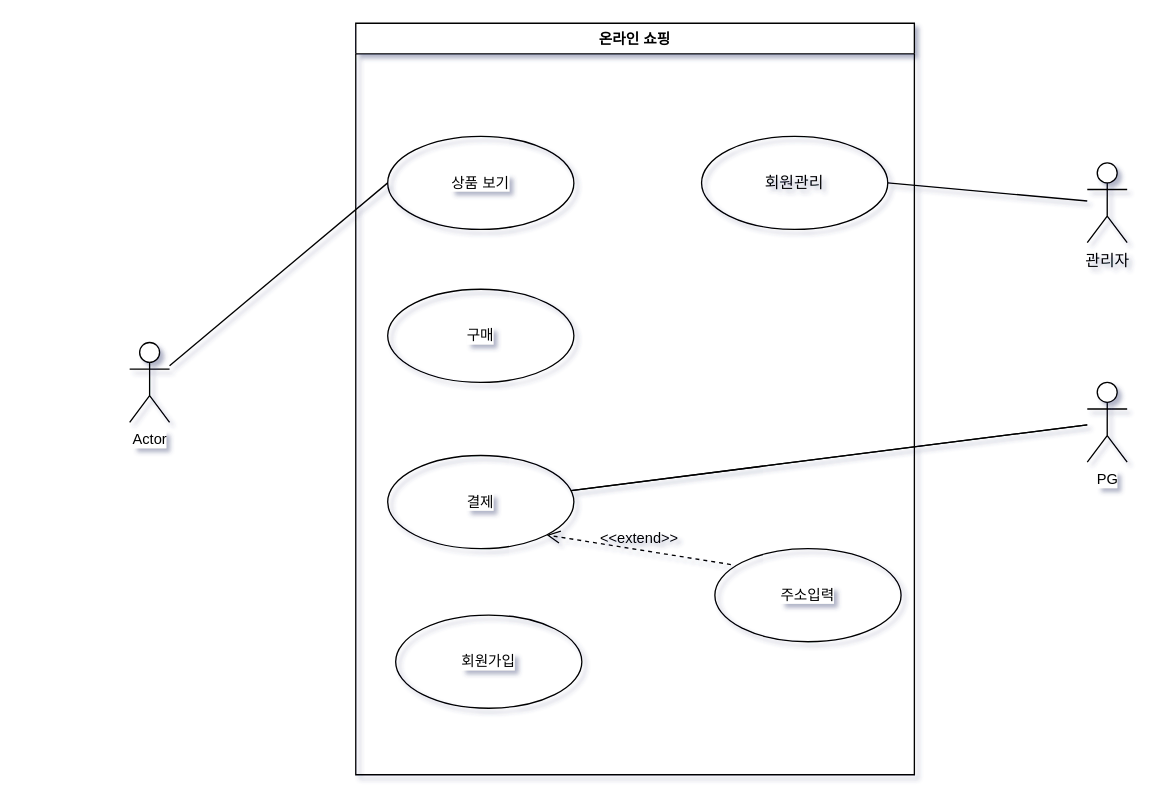
This is page "테스트-1" (1 of 2) of 제목 없는 다이어그램.drawio from hyun10144/Lecture3-1, a draw.io file, before an edit. Source tidied: cells renumbered, new cells numbered last; positions are measured from the earlier drawing's top-left corner, leaving out a move shared by most shapes. Both pictures are drawn from the tidied source at 133%, with x=0, y=0 at pixel (129, 23).
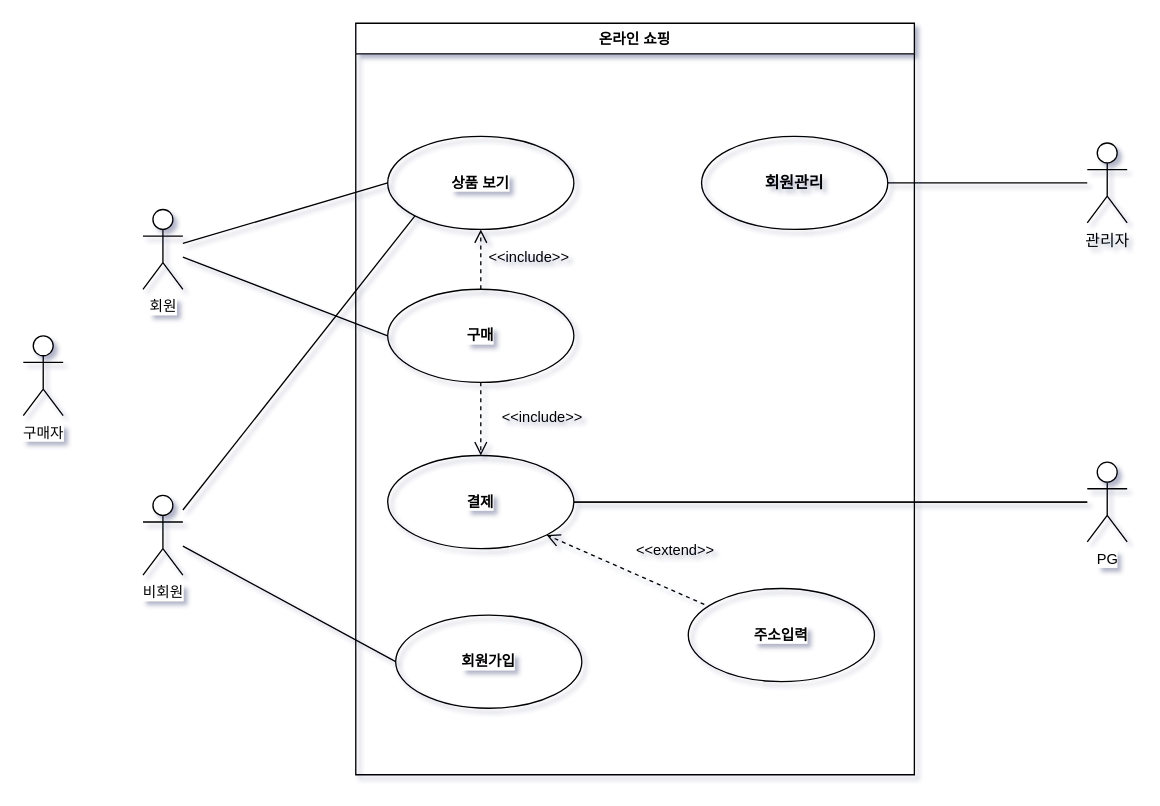
The same page after the edit.

Commit message (it also covers changes not shown here):
제목 없는 다이어그램.drawio 업데이트

The change refers to these unchanged cells:
```xml
<mxCell id="15" value="온라인 쇼핑" style="swimlane;whiteSpace=wrap;html=1;fontFamily=Helvetica;fontSize=11;fontColor=default;labelBackgroundColor=default;" parent="1" vertex="1">
  <mxGeometry x="170" width="420" height="565" as="geometry" />
</mxCell>
```

Diff of the diagram source:
```diff
@@
     <mxCell id="3" value="관리자&lt;div&gt;&lt;br&gt;&lt;/div&gt;" style="shape=umlActor;verticalLabelPosition=bottom;verticalAlign=top;html=1;outlineConnect=0;" parent="1" vertex="1">
-      <mxGeometry x="720" y="105" width="30" height="60" as="geometry" />
+      <mxGeometry x="720" y="90" width="30" height="60" as="geometry" />
     </mxCell>
-    <mxCell id="4" value="상품 보기" style="ellipse;whiteSpace=wrap;html=1;fontFamily=Helvetica;fontSize=11;fontColor=default;labelBackgroundColor=default;fillColor=none;" parent="1" vertex="1">
+    <mxCell id="4" value="&lt;b&gt;상품 보기&lt;/b&gt;" style="ellipse;whiteSpace=wrap;html=1;fontFamily=Helvetica;fontSize=11;fontColor=default;labelBackgroundColor=default;fillColor=none;" parent="1" vertex="1">
       <mxGeometry x="194" y="85" width="140" height="70" as="geometry" />
     </mxCell>
@@
+    <mxCell id="17" style="edgeStyle=none;rounded=0;jettySize=auto;html=1;entryX=0;entryY=0.5;entryDx=0;entryDy=0;strokeColor=default;align=center;verticalAlign=middle;fontFamily=Helvetica;fontSize=11;fontColor=default;labelBackgroundColor=default;endArrow=none;endFill=0;" parent="1" edge="1" source="6" target="7">
+      <mxGeometry relative="1" as="geometry" />
+    </mxCell>
-    <mxCell id="6" value="Actor" style="shape=umlActor;verticalLabelPosition=bottom;verticalAlign=top;html=1;outlineConnect=0;fontFamily=Helvetica;fontSize=11;fontColor=default;labelBackgroundColor=default;" parent="1" vertex="1">
-      <mxGeometry y="240" width="30" height="60" as="geometry" />
+    <mxCell id="6" value="회원" style="shape=umlActor;verticalLabelPosition=bottom;verticalAlign=top;html=1;outlineConnect=0;fontFamily=Helvetica;fontSize=11;fontColor=default;labelBackgroundColor=default;" parent="1" vertex="1">
+      <mxGeometry x="10" y="140" width="30" height="60" as="geometry" />
     </mxCell>
-    <mxCell id="7" value="구매" style="ellipse;whiteSpace=wrap;html=1;fontFamily=Helvetica;fontSize=11;fontColor=default;labelBackgroundColor=default;fillColor=none;" parent="1" vertex="1">
+    <mxCell id="7" value="&lt;b&gt;구매&lt;/b&gt;" style="ellipse;whiteSpace=wrap;html=1;fontFamily=Helvetica;fontSize=11;fontColor=default;labelBackgroundColor=default;fillColor=none;" parent="1" vertex="1">
       <mxGeometry x="194" y="200" width="140" height="70" as="geometry" />
     </mxCell>
-    <mxCell id="8" value="결제" style="ellipse;whiteSpace=wrap;html=1;fontFamily=Helvetica;fontSize=11;fontColor=default;labelBackgroundColor=default;fillColor=none;" parent="1" vertex="1">
+    <mxCell id="8" value="&lt;b&gt;결제&lt;/b&gt;" style="ellipse;whiteSpace=wrap;html=1;fontFamily=Helvetica;fontSize=11;fontColor=default;labelBackgroundColor=default;fillColor=none;" parent="1" vertex="1">
       <mxGeometry x="194" y="325" width="140" height="70" as="geometry" />
     </mxCell>
-    <mxCell id="9" value="주소입력" style="ellipse;whiteSpace=wrap;html=1;fontFamily=Helvetica;fontSize=11;fontColor=default;labelBackgroundColor=default;fillColor=none;" parent="1" vertex="1">
-      <mxGeometry x="440" y="395" width="140" height="70" as="geometry" />
-    </mxCell>
@@
     <mxCell id="12" value="PG" style="shape=umlActor;verticalLabelPosition=bottom;verticalAlign=top;html=1;outlineConnect=0;fontFamily=Helvetica;fontSize=11;fontColor=default;labelBackgroundColor=default;" parent="1" vertex="1">
-      <mxGeometry x="720" y="270" width="30" height="60" as="geometry" />
+      <mxGeometry x="720" y="330" width="30" height="60" as="geometry" />
     </mxCell>
-    <mxCell id="13" value="회원가입" style="ellipse;whiteSpace=wrap;html=1;fontFamily=Helvetica;fontSize=11;fontColor=default;labelBackgroundColor=default;fillColor=none;" parent="1" vertex="1">
+    <mxCell id="13" value="&lt;b&gt;회원가입&lt;/b&gt;" style="ellipse;whiteSpace=wrap;html=1;fontFamily=Helvetica;fontSize=11;fontColor=default;labelBackgroundColor=default;fillColor=none;" parent="1" vertex="1">
       <mxGeometry x="200" y="445" width="140" height="70" as="geometry" />
     </mxCell>
     <mxCell id="14" value="&amp;lt;&amp;lt;extend&lt;span style=&quot;background-color: initial;&quot;&gt;&amp;gt;&amp;gt;&lt;/span&gt;" style="endArrow=open;startArrow=none;endFill=0;startFill=0;endSize=8;html=1;verticalAlign=bottom;dashed=1;labelBackgroundColor=none;rounded=0;strokeColor=default;align=center;fontFamily=Helvetica;fontSize=11;fontColor=default;exitX=0.086;exitY=0.171;exitDx=0;exitDy=0;entryX=1;entryY=1;entryDx=0;entryDy=0;exitPerimeter=0;" parent="1" edge="1" source="9" target="8">
-      <mxGeometry relative="1" as="geometry" />
+      <mxGeometry x="-0.49" y="-20" relative="1" as="geometry" />
     </mxCell>
@@
-    <mxCell id="16" value="회원관리" style="ellipse;whiteSpace=wrap;html=1;fillColor=none;" parent="15" vertex="1">
+    <mxCell id="16" value="&lt;b&gt;회원관리&lt;/b&gt;" style="ellipse;whiteSpace=wrap;html=1;fillColor=none;" parent="15" vertex="1">
       <mxGeometry x="260" y="85" width="140" height="70" as="geometry" />
     </mxCell>
+    <mxCell id="9" value="&lt;b&gt;주소입력&lt;/b&gt;" style="ellipse;whiteSpace=wrap;html=1;fontFamily=Helvetica;fontSize=11;fontColor=default;labelBackgroundColor=default;fillColor=none;" parent="15" vertex="1">
+      <mxGeometry x="250" y="425" width="140" height="70" as="geometry" />
+    </mxCell>
+    <mxCell id="18" style="edgeStyle=none;rounded=0;jettySize=auto;html=1;entryX=0;entryY=0.5;entryDx=0;entryDy=0;strokeColor=default;align=center;verticalAlign=middle;fontFamily=Helvetica;fontSize=11;fontColor=default;labelBackgroundColor=default;endArrow=none;endFill=0;" parent="1" edge="1" source="20" target="13">
+      <mxGeometry relative="1" as="geometry" />
+    </mxCell>
+    <mxCell id="19" style="edgeStyle=none;rounded=0;jettySize=auto;html=1;entryX=0;entryY=1;entryDx=0;entryDy=0;strokeColor=default;align=center;verticalAlign=middle;fontFamily=Helvetica;fontSize=11;fontColor=default;labelBackgroundColor=default;endArrow=none;endFill=0;" parent="1" edge="1" source="20" target="4">
+      <mxGeometry relative="1" as="geometry" />
+    </mxCell>
+    <mxCell id="20" value="비회원" style="shape=umlActor;verticalLabelPosition=bottom;verticalAlign=top;html=1;outlineConnect=0;fontFamily=Helvetica;fontSize=11;fontColor=default;labelBackgroundColor=default;" parent="1" vertex="1">
+      <mxGeometry x="10" y="355" width="30" height="60" as="geometry" />
+    </mxCell>
+    <mxCell id="21" value="&amp;lt;&amp;lt;include&lt;span style=&quot;background-color: initial;&quot;&gt;&amp;gt;&amp;gt;&lt;/span&gt;" style="endArrow=open;startArrow=none;endFill=0;startFill=0;endSize=8;html=1;verticalAlign=bottom;dashed=1;labelBackgroundColor=none;rounded=0;strokeColor=default;align=center;fontFamily=Helvetica;fontSize=11;fontColor=default;exitX=0.5;exitY=1;exitDx=0;exitDy=0;entryX=0.5;entryY=0;entryDx=0;entryDy=0;" parent="1" edge="1" source="7" target="8">
+      <mxGeometry x="0.27" y="46" relative="1" as="geometry" />
+    </mxCell>
+    <mxCell id="22" value="&amp;lt;&amp;lt;include&lt;span style=&quot;background-color: initial;&quot;&gt;&amp;gt;&amp;gt;&lt;/span&gt;" style="endArrow=open;startArrow=none;endFill=0;startFill=0;endSize=8;html=1;verticalAlign=bottom;dashed=1;labelBackgroundColor=none;rounded=0;strokeColor=default;align=center;fontFamily=Helvetica;fontSize=11;fontColor=default;exitX=0.5;exitY=0;exitDx=0;exitDy=0;entryX=0.5;entryY=1;entryDx=0;entryDy=0;" parent="1" edge="1" source="7" target="4">
+      <mxGeometry x="-0.33" y="-36" relative="1" as="geometry" />
+    </mxCell>
+    <mxCell id="23" value="구매자" style="shape=umlActor;verticalLabelPosition=bottom;verticalAlign=top;html=1;fontFamily=Helvetica;fontSize=11;fontColor=default;labelBackgroundColor=default;" parent="1" vertex="1">
+      <mxGeometry x="-80" y="235" width="30" height="60" as="geometry" />
+    </mxCell>
```
